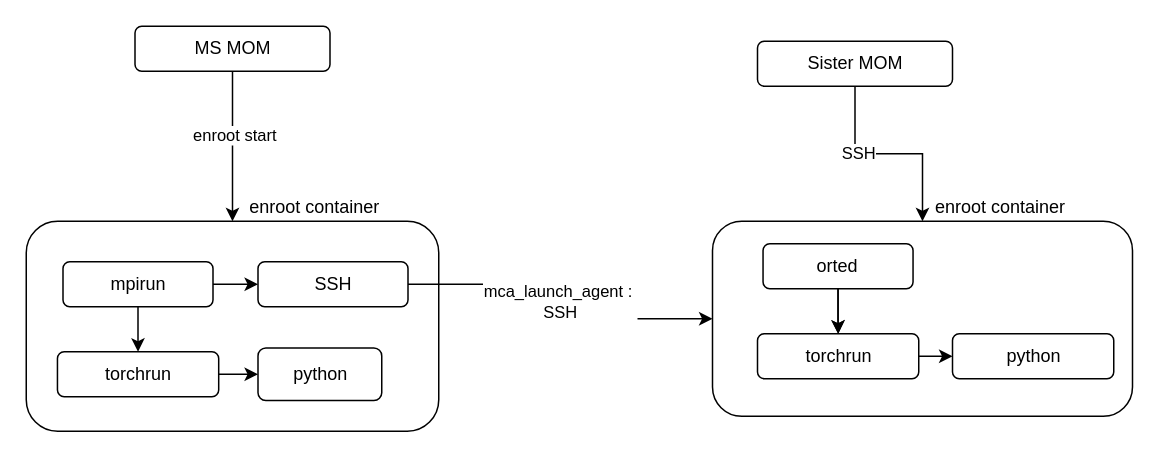
doddam-manjunath/diagram_io keeps this draw.io diagram as pytorch_pbs_flow.drawio. Above is the earlier version. Source tidied: cells renumbered, new cells numbered last; positions are measured from the earlier drawing's top-left corner, leaving out a move shared by most shapes. Both pictures are drawn from the tidied source at 150%, with x=0, y=0 at pixel (26, 26).
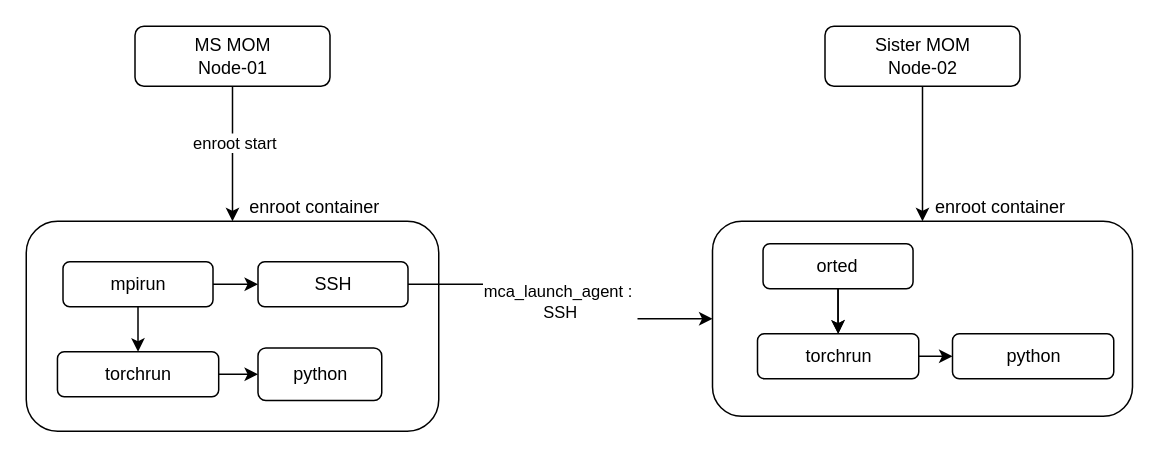
After the change.

Unchanged cells that the change refers to:
```xml
<mxCell id="13" style="edgeStyle=orthogonalEdgeStyle;rounded=0;jettySize=auto;html=1;" parent="1" edge="1" source="15" target="16">
  <mxGeometry relative="1" as="geometry" />
</mxCell>
```

What changed in the source:
```diff
@@
-    <mxCell id="4" value="MS MOM" style="rounded=1;whiteSpace=wrap;html=1;" parent="1" vertex="1">
-      <mxGeometry x="72.5" width="130" height="30" as="geometry" />
+    <mxCell id="4" value="&lt;div&gt;MS MOM&lt;/div&gt;&lt;div&gt;Node-01&lt;br&gt;&lt;/div&gt;" style="rounded=1;whiteSpace=wrap;html=1;" parent="1" vertex="1">
+      <mxGeometry x="72.5" width="130" height="40" as="geometry" />
     </mxCell>
@@
-    <mxCell id="14" value="SSH" style="edgeLabel;html=1;align=center;verticalAlign=middle;" parent="13" vertex="1">
-      <mxGeometry x="-0.3" y="1" relative="1" as="geometry" />
-    </mxCell>
-    <mxCell id="15" value="Sister MOM" style="rounded=1;whiteSpace=wrap;html=1;" parent="1" vertex="1">
-      <mxGeometry x="487.5" y="10" width="130" height="30" as="geometry" />
+    <mxCell id="15" value="&lt;div&gt;Sister MOM&lt;/div&gt;&lt;div&gt;Node-02&lt;/div&gt;" style="rounded=1;whiteSpace=wrap;html=1;" parent="1" vertex="1">
+      <mxGeometry x="532.5" width="130" height="40" as="geometry" />
     </mxCell>
```
